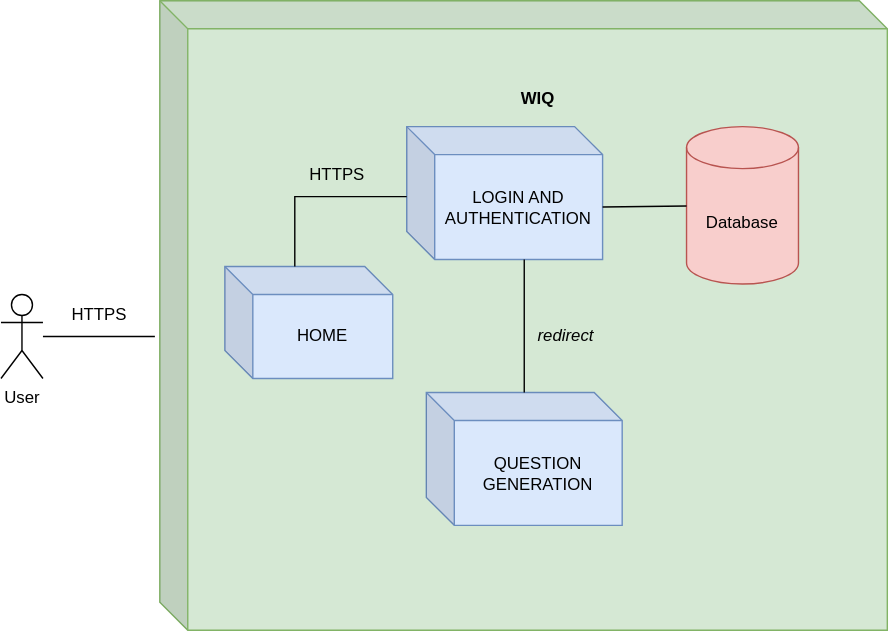
The draw.io diagram docs/images/3-TechnicalContext.drawio.svg in Arquisoft/wiq_en1b, before a commit. Source tidied: cells renumbered, new cells last; positions are measured from the earlier drawing's top-left corner, leaving out a move shared by most shapes.
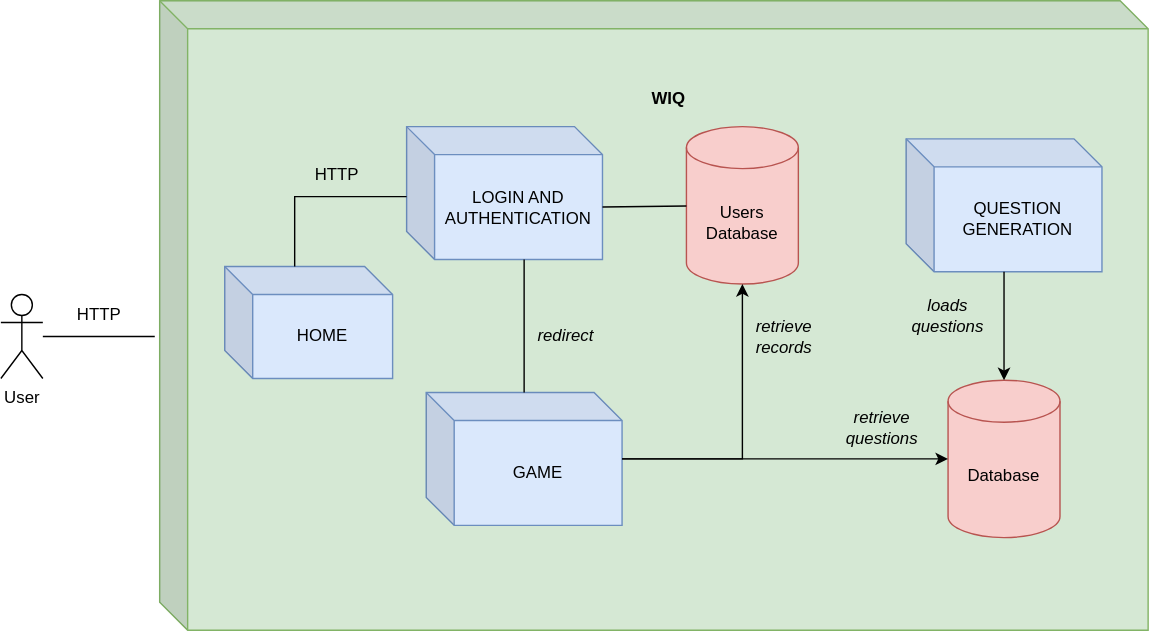
Later version of the same file.

Change to the diagram source:
```diff
@@ -6,50 +6,74 @@
       <mxGeometry y="210" width="30" height="60" as="geometry" />
     </mxCell>
     <mxCell id="3" value="&lt;b&gt;WIQ&lt;br&gt;&lt;br&gt;&lt;br&gt;&lt;br&gt;&lt;br&gt;&lt;br&gt;&lt;br&gt;&lt;br&gt;&lt;br&gt;&lt;br&gt;&lt;br&gt;&lt;br&gt;&lt;br&gt;&lt;br&gt;&lt;br&gt;&lt;br&gt;&lt;br&gt;&lt;br&gt;&lt;br&gt;&lt;br&gt;&lt;br&gt;&lt;br&gt;&lt;br&gt;&lt;br&gt;&lt;/b&gt;" style="shape=cube;whiteSpace=wrap;html=1;boundedLbl=1;backgroundOutline=1;darkOpacity=0.05;darkOpacity2=0.1;fillColor=#d5e8d4;strokeColor=#82b366;" parent="1" vertex="1">
-      <mxGeometry x="113.5" width="520" height="450" as="geometry" />
+      <mxGeometry x="113.5" width="706.5" height="450" as="geometry" />
     </mxCell>
-    <mxCell id="4" style="endArrow=none;html=1;rounded=0;" parent="1" edge="1" source="2">
-      <mxGeometry relative="1" as="geometry">
-        <mxPoint x="110" y="240" as="targetPoint" />
-      </mxGeometry>
-    </mxCell>
+    <mxCell id="15" style="endArrow=none;html=1;rounded=0;" parent="1" edge="1" source="2">
+      <mxGeometry relative="1" as="geometry">
+        <mxPoint x="110" y="240" as="targetPoint" />
+      </mxGeometry>
+    </mxCell>
+    <mxCell id="16" value="Users&lt;br&gt;Database" style="shape=cylinder3;whiteSpace=wrap;html=1;boundedLbl=1;backgroundOutline=1;size=15;fillColor=#f8cecc;strokeColor=#b85450;" parent="1" vertex="1">
+      <mxGeometry x="490" y="90" width="80" height="112.5" as="geometry" />
+    </mxCell>
+    <mxCell id="17" value="HTTP" style="text;html=1;align=center;verticalAlign=middle;strokeColor=none;fillColor=none;" parent="1" vertex="1">
+      <mxGeometry x="45" y="210" width="50" height="30" as="geometry" />
+    </mxCell>
+    <mxCell id="7" value="LOGIN AND AUTHENTICATION" style="shape=cube;whiteSpace=wrap;html=1;boundedLbl=1;backgroundOutline=1;darkOpacity=0.05;darkOpacity2=0.1;fillColor=#dae8fc;strokeColor=#6c8ebf;" parent="1" vertex="1">
+      <mxGeometry x="290" y="90" width="140" height="95" as="geometry" />
+    </mxCell>
+    <mxCell id="18" value="GAME" style="shape=cube;whiteSpace=wrap;html=1;boundedLbl=1;backgroundOutline=1;darkOpacity=0.05;darkOpacity2=0.1;fillColor=#dae8fc;strokeColor=#6c8ebf;" parent="1" vertex="1">
+      <mxGeometry x="304" y="280" width="140" height="95" as="geometry" />
+    </mxCell>
+    <mxCell id="19" style="endArrow=none;html=1;rounded=0;exitX=0;exitY=0;exitDx=140;exitDy=57.5;exitPerimeter=0;" parent="1" edge="1" source="7" target="16">
+      <mxGeometry relative="1" as="geometry" />
+    </mxCell>
+    <mxCell id="10" value="HOME" style="shape=cube;whiteSpace=wrap;html=1;boundedLbl=1;backgroundOutline=1;darkOpacity=0.05;darkOpacity2=0.1;fillColor=#dae8fc;strokeColor=#6c8ebf;" parent="1" vertex="1">
+      <mxGeometry x="160" y="190" width="120" height="80" as="geometry" />
+    </mxCell>
+    <mxCell id="20" style="endArrow=none;html=1;rounded=0;" parent="1" edge="1">
+      <mxGeometry relative="1" as="geometry">
+        <mxPoint x="210" y="190" as="sourcePoint" />
+        <mxPoint x="290" y="140" as="targetPoint" />
+        <Array as="points">
+          <mxPoint x="210" y="140" />
+        </Array>
+      </mxGeometry>
+    </mxCell>
+    <mxCell id="21" value="HTTP" style="text;html=1;align=center;verticalAlign=middle;strokeColor=none;fillColor=none;" parent="1" vertex="1">
+      <mxGeometry x="215" y="110" width="50" height="30" as="geometry" />
+    </mxCell>
+    <mxCell id="22" style="endArrow=none;html=1;rounded=0;" parent="1" edge="1" source="18">
+      <mxGeometry relative="1" as="geometry">
+        <mxPoint x="374" y="185" as="targetPoint" />
+      </mxGeometry>
+    </mxCell>
+    <mxCell id="14" value="redirect" style="text;html=1;strokeColor=none;fillColor=none;align=center;verticalAlign=middle;whiteSpace=wrap;rounded=0;fontStyle=2;" parent="1" vertex="1">
+      <mxGeometry x="374" y="225" width="60" height="30" as="geometry" />
+    </mxCell>
+    <mxCell id="8" value="QUESTION GENERATION" style="shape=cube;whiteSpace=wrap;html=1;boundedLbl=1;backgroundOutline=1;darkOpacity=0.05;darkOpacity2=0.1;fillColor=#dae8fc;strokeColor=#6c8ebf;" parent="1" vertex="1">
+      <mxGeometry x="647" y="98.8" width="140" height="95" as="geometry" />
+    </mxCell>
     <mxCell id="5" value="Database" style="shape=cylinder3;whiteSpace=wrap;html=1;boundedLbl=1;backgroundOutline=1;size=15;fillColor=#f8cecc;strokeColor=#b85450;" parent="1" vertex="1">
-      <mxGeometry x="490" y="90" width="80" height="112.5" as="geometry" />
+      <mxGeometry x="677" y="271.2" width="80" height="112.5" as="geometry" />
     </mxCell>
-    <mxCell id="6" value="HTTPS" style="text;html=1;align=center;verticalAlign=middle;strokeColor=none;fillColor=none;" parent="1" vertex="1">
-      <mxGeometry x="40" y="210" width="60" height="30" as="geometry" />
-    </mxCell>
-    <mxCell id="7" value="LOGIN AND AUTHENTICATION" style="shape=cube;whiteSpace=wrap;html=1;boundedLbl=1;backgroundOutline=1;darkOpacity=0.05;darkOpacity2=0.1;fillColor=#dae8fc;strokeColor=#6c8ebf;" parent="1" vertex="1">
-      <mxGeometry x="290" y="90" width="140" height="95" as="geometry" />
-    </mxCell>
-    <mxCell id="8" value="QUESTION GENERATION" style="shape=cube;whiteSpace=wrap;html=1;boundedLbl=1;backgroundOutline=1;darkOpacity=0.05;darkOpacity2=0.1;fillColor=#dae8fc;strokeColor=#6c8ebf;" parent="1" vertex="1">
-      <mxGeometry x="304" y="280" width="140" height="95" as="geometry" />
-    </mxCell>
-    <mxCell id="9" style="endArrow=none;html=1;rounded=0;exitX=0;exitY=0;exitDx=140;exitDy=57.5;exitPerimeter=0;" parent="1" edge="1" source="7" target="5">
-      <mxGeometry relative="1" as="geometry" />
-    </mxCell>
-    <mxCell id="10" value="HOME" style="shape=cube;whiteSpace=wrap;html=1;boundedLbl=1;backgroundOutline=1;darkOpacity=0.05;darkOpacity2=0.1;fillColor=#dae8fc;strokeColor=#6c8ebf;" parent="1" vertex="1">
-      <mxGeometry x="160" y="190" width="120" height="80" as="geometry" />
-    </mxCell>
-    <mxCell id="11" style="endArrow=none;html=1;rounded=0;" parent="1" edge="1">
-      <mxGeometry relative="1" as="geometry">
-        <mxPoint x="210" y="190" as="sourcePoint" />
-        <mxPoint x="290" y="140" as="targetPoint" />
-        <Array as="points">
-          <mxPoint x="210" y="140" />
-        </Array>
-      </mxGeometry>
-    </mxCell>
-    <mxCell id="12" value="HTTPS" style="text;html=1;align=center;verticalAlign=middle;strokeColor=none;fillColor=none;" parent="1" vertex="1">
-      <mxGeometry x="210" y="110" width="60" height="30" as="geometry" />
-    </mxCell>
-    <mxCell id="13" style="endArrow=none;html=1;rounded=0;" parent="1" edge="1" source="8">
-      <mxGeometry relative="1" as="geometry">
-        <mxPoint x="374" y="185" as="targetPoint" />
-      </mxGeometry>
-    </mxCell>
-    <mxCell id="14" value="redirect" style="text;html=1;strokeColor=none;fillColor=none;align=center;verticalAlign=middle;whiteSpace=wrap;rounded=0;fontStyle=2;" parent="1" vertex="1">
-      <mxGeometry x="374" y="225" width="60" height="30" as="geometry" />
-    </mxCell>
+    <mxCell id="23" style="edgeStyle=orthogonalEdgeStyle;rounded=0;jettySize=auto;html=1;entryX=0.5;entryY=0;entryDx=0;entryDy=0;entryPerimeter=0;" parent="1" edge="1" source="8" target="5">
+      <mxGeometry relative="1" as="geometry" />
+    </mxCell>
+    <mxCell id="24" value="loads questions" style="text;html=1;strokeColor=none;fillColor=none;align=center;verticalAlign=middle;whiteSpace=wrap;rounded=0;fontStyle=2;" parent="1" vertex="1">
+      <mxGeometry x="647" y="210" width="60" height="30" as="geometry" />
+    </mxCell>
+    <mxCell id="25" style="edgeStyle=orthogonalEdgeStyle;rounded=0;jettySize=auto;html=1;entryX=0;entryY=0.5;entryDx=0;entryDy=0;entryPerimeter=0;" parent="1" edge="1" source="18" target="5">
+      <mxGeometry relative="1" as="geometry" />
+    </mxCell>
+    <mxCell id="26" style="edgeStyle=orthogonalEdgeStyle;rounded=0;jettySize=auto;html=1;entryX=0.5;entryY=1;entryDx=0;entryDy=0;entryPerimeter=0;" parent="1" edge="1" source="18" target="16">
+      <mxGeometry relative="1" as="geometry" />
+    </mxCell>
+    <mxCell id="27" value="retrieve&lt;div&gt;questions&lt;/div&gt;" style="text;html=1;strokeColor=none;fillColor=none;align=center;verticalAlign=middle;whiteSpace=wrap;rounded=0;fontStyle=2;" parent="1" vertex="1">
+      <mxGeometry x="600" y="290" width="60" height="30" as="geometry" />
+    </mxCell>
+    <mxCell id="28" value="retrieve&lt;div&gt;records&lt;/div&gt;" style="text;html=1;strokeColor=none;fillColor=none;align=center;verticalAlign=middle;whiteSpace=wrap;rounded=0;fontStyle=2;" parent="1" vertex="1">
+      <mxGeometry x="530" y="225" width="60" height="30" as="geometry" />
+    </mxCell>
   </root>
 </mxGraphModel>
```
